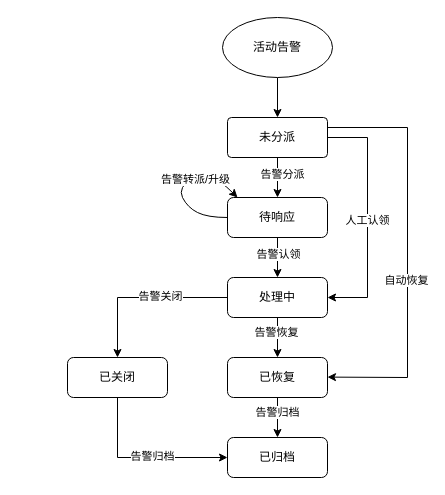
Earlier version of the draw.io diagram 告警状态机.drawio (jaywin2u/practices). Source tidied: cells renumbered, new cells numbered last; positions are measured from the earlier drawing's top-left corner, leaving out a move shared by most shapes. Both pictures are drawn from the tidied source at 100%, with x=0, y=0 at pixel (67, 17).
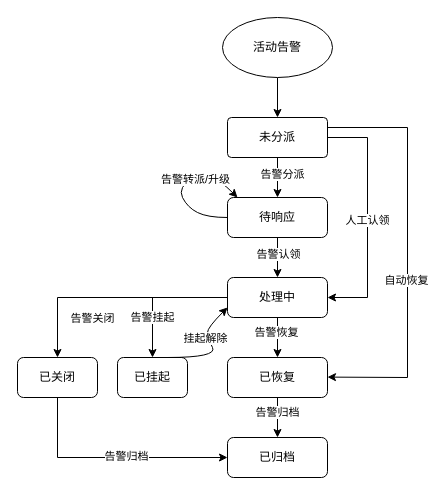
After the change.

Commit message:
已添加 告警状态机.drawio

Unchanged cells that the change refers to:
```xml
<mxCell id="14" style="edgeStyle=orthogonalEdgeStyle;rounded=0;jettySize=auto;html=1;" parent="1" edge="1" source="16" target="23">
  <mxGeometry relative="1" as="geometry" />
</mxCell>
<mxCell id="16" value="处理中" style="rounded=1;whiteSpace=wrap;html=1;" parent="1" vertex="1">
  <mxGeometry x="160" y="260" width="100" height="40" as="geometry" />
</mxCell>
<mxCell id="20" value="已归档" style="rounded=1;whiteSpace=wrap;html=1;" parent="1" vertex="1">
  <mxGeometry x="160" y="420" width="100" height="40" as="geometry" />
</mxCell>
```

Change to the diagram source:
```diff
@@
     <mxCell id="15" value="告警关闭" style="edgeLabel;html=1;align=center;verticalAlign=middle;" parent="14" vertex="1">
-      <mxGeometry x="-0.2" y="-2" relative="1" as="geometry" />
+      <mxGeometry x="-0.2" y="-2" relative="1" as="geometry">
+        <mxPoint x="-44" y="22" as="offset" />
+      </mxGeometry>
     </mxCell>
@@
     <mxCell id="21" style="edgeStyle=orthogonalEdgeStyle;rounded=0;jettySize=auto;html=1;entryX=0;entryY=0.5;entryDx=0;entryDy=0;" parent="1" edge="1" source="23" target="20">
       <mxGeometry relative="1" as="geometry">
         <Array as="points">
-          <mxPoint x="50" y="440" />
+          <mxPoint x="-10" y="440" />
         </Array>
       </mxGeometry>
     </mxCell>
@@
     <mxCell id="23" value="已关闭" style="rounded=1;whiteSpace=wrap;html=1;" parent="1" vertex="1">
-      <mxGeometry y="340" width="100" height="40" as="geometry" />
+      <mxGeometry x="-50" y="340" width="80" height="40" as="geometry" />
     </mxCell>
@@
+    <mxCell id="30" value="已挂起" style="rounded=1;whiteSpace=wrap;html=1;" parent="1" vertex="1">
+      <mxGeometry x="50" y="340" width="70" height="40" as="geometry" />
+    </mxCell>
+    <mxCell id="31" style="endArrow=classic;html=1;rounded=0;entryX=0.5;entryY=0;entryDx=0;entryDy=0;" parent="1" edge="1" target="30">
+      <mxGeometry relative="1" as="geometry">
+        <mxPoint x="85" y="280" as="sourcePoint" />
+      </mxGeometry>
+    </mxCell>
+    <mxCell id="32" value="告警挂起" style="edgeLabel;html=1;align=center;verticalAlign=middle;" parent="31" vertex="1">
+      <mxGeometry x="-0.36" y="-1" relative="1" as="geometry" />
+    </mxCell>
+    <mxCell id="33" style="curved=1;endArrow=classic;html=1;rounded=0;entryX=0;entryY=0.75;entryDx=0;entryDy=0;" parent="1" edge="1" target="16">
+      <mxGeometry relative="1" as="geometry">
+        <mxPoint x="100" y="340" as="sourcePoint" />
+        <Array as="points">
+          <mxPoint x="150" y="340" />
+          <mxPoint x="140" y="320" />
+          <mxPoint x="140" y="310" />
+        </Array>
+      </mxGeometry>
+    </mxCell>
+    <mxCell id="34" value="挂起解除" style="edgeLabel;html=1;align=center;verticalAlign=middle;" parent="33" vertex="1">
+      <mxGeometry x="-0.34" y="5" relative="1" as="geometry">
+        <mxPoint y="-15" as="offset" />
+      </mxGeometry>
+    </mxCell>
```
